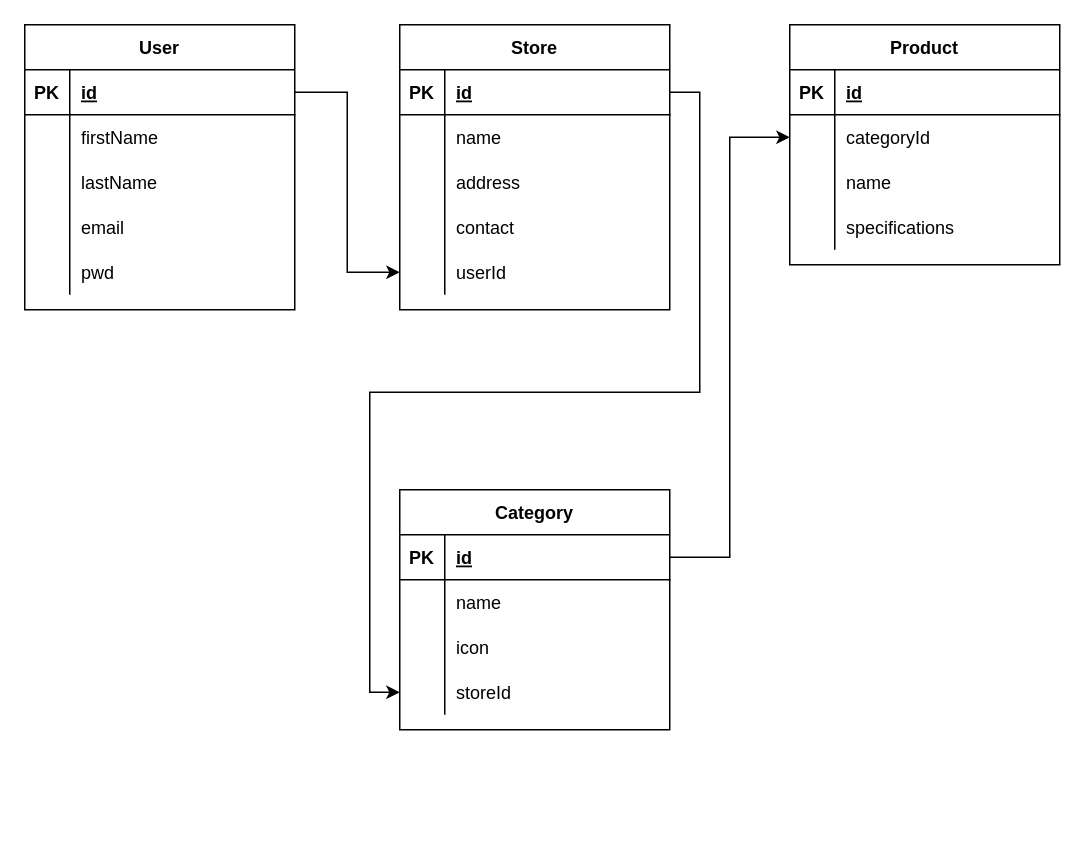
Earlier version of the draw.io diagram Stock Management Database.drawio (prinzz1208/StockManagementBackend). Source tidied: cells renumbered, new cells numbered last; positions are measured from the earlier drawing's top-left corner, leaving out a move shared by most shapes. Both pictures are drawn from the tidied source at 150%, with x=0, y=0 at pixel (24, 24).
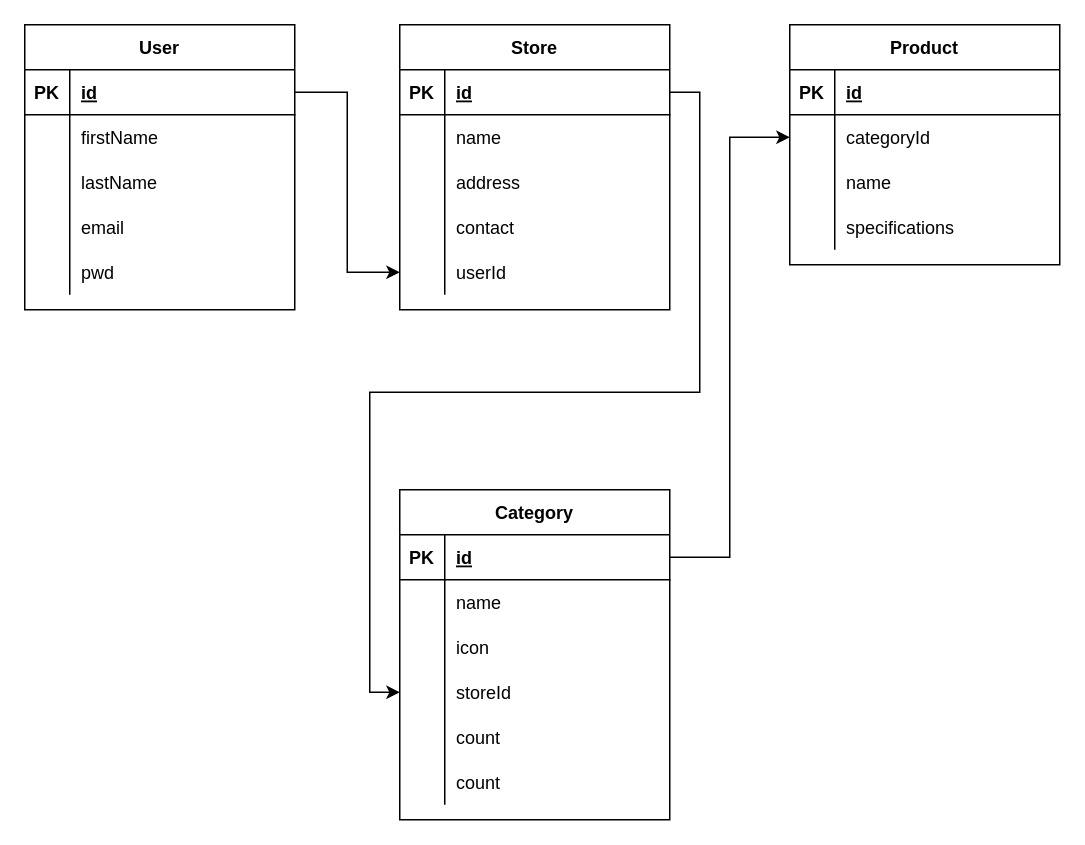
The same diagram, later.

Diff of the diagram source:
```diff
@@
     <mxCell id="48" value="Category" style="shape=table;startSize=30;childLayout=tableLayout;rowLines=0;fontStyle=1;align=center;" parent="1" vertex="1">
-      <mxGeometry x="250" y="310" width="180" height="160" as="geometry" />
+      <mxGeometry x="250" y="310" width="180" height="220" as="geometry" />
     </mxCell>
@@
+    <mxCell id="63" style="shape=partialRectangle;fillColor=none;top=0;left=0;bottom=0;right=0;" parent="48" vertex="1">
+      <mxGeometry y="150" width="180" height="30" as="geometry" />
+    </mxCell>
+    <mxCell id="64" style="shape=partialRectangle;fillColor=none;top=0;left=0;bottom=0;right=0;overflow=hidden;" parent="63" vertex="1">
+      <mxGeometry width="30" height="30" as="geometry" />
+    </mxCell>
+    <mxCell id="65" value="count" style="shape=partialRectangle;fillColor=none;top=0;left=0;bottom=0;right=0;align=left;spacingLeft=6;overflow=hidden;" parent="63" vertex="1">
+      <mxGeometry x="30" width="150" height="30" as="geometry" />
+    </mxCell>
+    <mxCell id="66" style="shape=partialRectangle;fillColor=none;top=0;left=0;bottom=0;right=0;" parent="48" vertex="1">
+      <mxGeometry y="180" width="180" height="30" as="geometry" />
+    </mxCell>
+    <mxCell id="67" style="shape=partialRectangle;fillColor=none;top=0;left=0;bottom=0;right=0;overflow=hidden;" parent="66" vertex="1">
+      <mxGeometry width="30" height="30" as="geometry" />
+    </mxCell>
+    <mxCell id="68" value="count" style="shape=partialRectangle;fillColor=none;top=0;left=0;bottom=0;right=0;align=left;spacingLeft=6;overflow=hidden;" parent="66" vertex="1">
+      <mxGeometry x="30" width="150" height="30" as="geometry" />
+    </mxCell>
```
